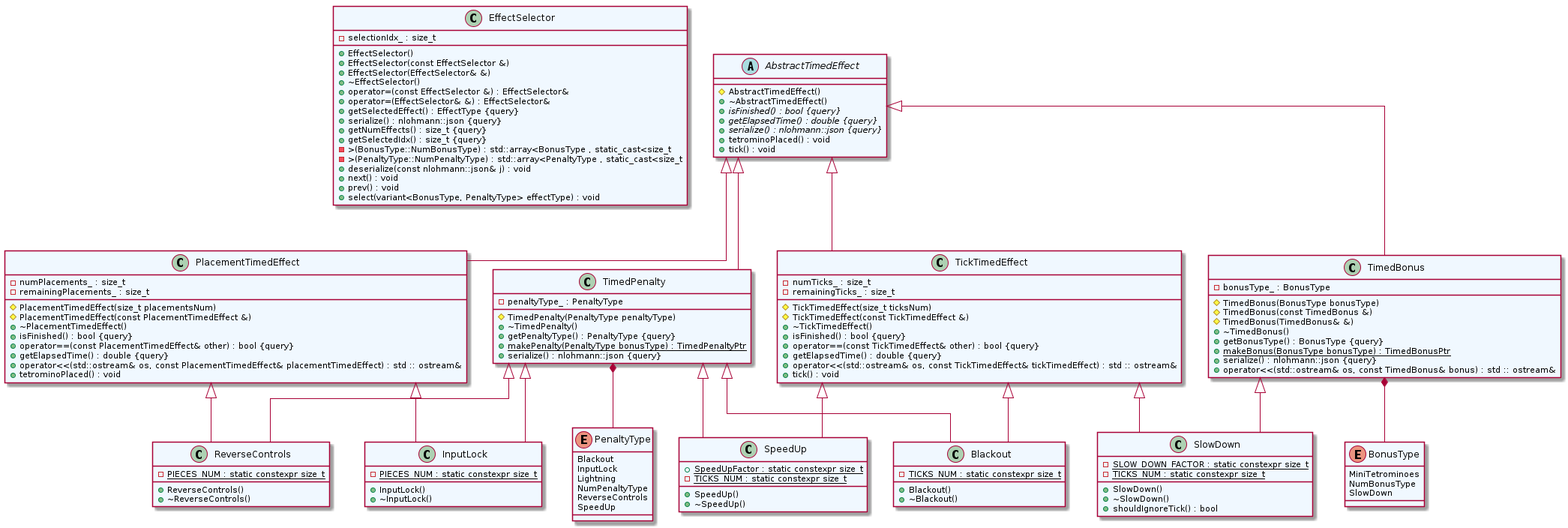
ulb-info2-group5/Royal-Blocks keeps this PlantUML diagram as res/uml/class/EffectClass.png. Above is the earlier version. Its source is kept beside it as doc/uml/class/game/tetris_royal_lib/EffectClass.plantuml.
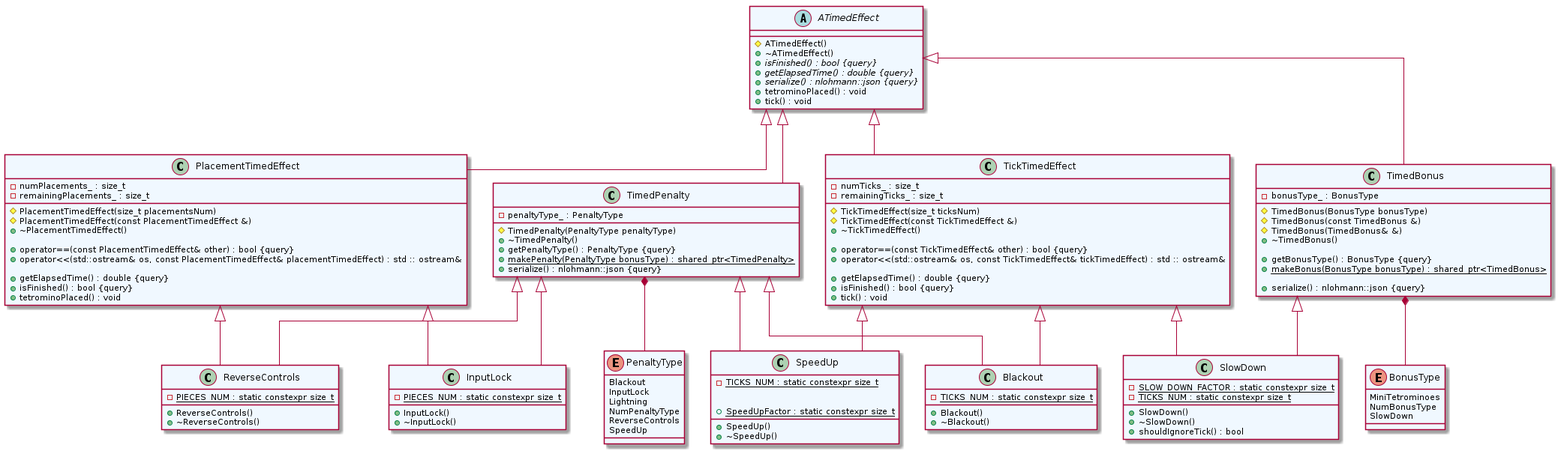
Later version of the same file.

Change to the diagram source:
```diff
@@ -5,30 +5,10 @@
     BackgroundColor AliceBlue
 }
 
-class EffectSelector {
-	+EffectSelector()
-	+EffectSelector(const EffectSelector &)
-	+EffectSelector(EffectSelector& &)
-	+~EffectSelector()
-	+operator=(const EffectSelector &) : EffectSelector&
-	+operator=(EffectSelector& &) : EffectSelector&
-	+getSelectedEffect() : EffectType {query}
-	+serialize() : nlohmann::json {query}
-	+getNumEffects() : size_t {query}
-	+getSelectedIdx() : size_t {query}
-	-selectionIdx_ : size_t
-	->(BonusType::NumBonusType) : std::array<BonusType , static_cast<size_t
-	->(PenaltyType::NumPenaltyType) : std::array<PenaltyType , static_cast<size_t
-	+deserialize(const nlohmann::json& j) : void
-	+next() : void
-	+prev() : void
-	+select(variant<BonusType, PenaltyType> effectType) : void
-}
 
-
-abstract class AbstractTimedEffect {
-	#AbstractTimedEffect()
-	+~AbstractTimedEffect()
+abstract class ATimedEffect {
+	#ATimedEffect()
+	+~ATimedEffect()
 	+{abstract} isFinished() : bool {query}
 	+{abstract} getElapsedTime() : double {query}
 	+{abstract} serialize() : nlohmann::json {query}
@@ -38,90 +18,101 @@
 
 
 class Blackout {
+	-{static} TICKS_NUM : static constexpr size_t
 	+Blackout()
 	+~Blackout()
-	-{static} TICKS_NUM : static constexpr size_t
 }
 
 
 class InputLock {
+	-{static} PIECES_NUM : static constexpr size_t
 	+InputLock()
 	+~InputLock()
-	-{static} PIECES_NUM : static constexpr size_t
 }
 
 
 class PlacementTimedEffect {
+	-numPlacements_ : size_t
+	-remainingPlacements_ : size_t
+
 	#PlacementTimedEffect(size_t placementsNum)
 	#PlacementTimedEffect(const PlacementTimedEffect &)
 	+~PlacementTimedEffect()
+
+	+operator==(const PlacementTimedEffect& other) : bool {query}
+	+operator<<(std::ostream& os, const PlacementTimedEffect& placementTimedEffect) : std :: ostream&
+
+	+getElapsedTime() : double {query}
 	+isFinished() : bool {query}
-	+operator==(const PlacementTimedEffect& other) : bool {query}
-	+getElapsedTime() : double {query}
-	-numPlacements_ : size_t
-	-remainingPlacements_ : size_t
-	+operator<<(std::ostream& os, const PlacementTimedEffect& placementTimedEffect) : std :: ostream&
 	+tetrominoPlaced() : void
 }
 
 
 class ReverseControls {
+	-{static} PIECES_NUM : static constexpr size_t
 	+ReverseControls()
 	+~ReverseControls()
-	-{static} PIECES_NUM : static constexpr size_t
 }
 
 
 class SlowDown {
+	-{static} SLOW_DOWN_FACTOR : static constexpr size_t
+	-{static} TICKS_NUM : static constexpr size_t
+
 	+SlowDown()
 	+~SlowDown()
 	+shouldIgnoreTick() : bool
-	-{static} SLOW_DOWN_FACTOR : static constexpr size_t
-	-{static} TICKS_NUM : static constexpr size_t
 }
 
 
 class SpeedUp {
+	-{static} TICKS_NUM : static constexpr size_t
+
 	+SpeedUp()
 	+~SpeedUp()
+
 	+{static} SpeedUpFactor : static constexpr size_t
-	-{static} TICKS_NUM : static constexpr size_t
 }
 
 
 class TickTimedEffect {
+	-numTicks_ : size_t
+	-remainingTicks_ : size_t
+
 	#TickTimedEffect(size_t ticksNum)
 	#TickTimedEffect(const TickTimedEffect &)
 	+~TickTimedEffect()
+
+	+operator==(const TickTimedEffect& other) : bool {query}
+	+operator<<(std::ostream& os, const TickTimedEffect& tickTimedEffect) : std :: ostream&
+
+	+getElapsedTime() : double {query}
 	+isFinished() : bool {query}
-	+operator==(const TickTimedEffect& other) : bool {query}
-	+getElapsedTime() : double {query}
-	-numTicks_ : size_t
-	-remainingTicks_ : size_t
-	+operator<<(std::ostream& os, const TickTimedEffect& tickTimedEffect) : std :: ostream&
 	+tick() : void
 }
 
 
 class TimedBonus {
+	-bonusType_ : BonusType
+
 	#TimedBonus(BonusType bonusType)
 	#TimedBonus(const TimedBonus &)
 	#TimedBonus(TimedBonus& &)
 	+~TimedBonus()
-	-bonusType_ : BonusType
+
 	+getBonusType() : BonusType {query}
-	+{static} makeBonus(BonusType bonusType) : TimedBonusPtr
+	+{static} makeBonus(BonusType bonusType) : shared_ptr<TimedBonus>
+
 	+serialize() : nlohmann::json {query}
-	+operator<<(std::ostream& os, const TimedBonus& bonus) : std :: ostream&
 }
 
 
 class TimedPenalty {
+	-penaltyType_ : PenaltyType
 	#TimedPenalty(PenaltyType penaltyType)
 	+~TimedPenalty()
 	+getPenaltyType() : PenaltyType {query}
-	-penaltyType_ : PenaltyType
-	+{static} makePenalty(PenaltyType bonusType) : TimedPenaltyPtr
+	+{static} makePenalty(PenaltyType bonusType) : shared_ptr<TimedPenalty>
 	+serialize() : nlohmann::json {query}
 }
 
@@ -147,16 +138,16 @@
 
 
 
-AbstractTimedEffect <|-- PlacementTimedEffect
+ATimedEffect <|-- PlacementTimedEffect
 
 
-AbstractTimedEffect <|-- TickTimedEffect
+ATimedEffect <|-- TickTimedEffect
 
 
-AbstractTimedEffect <|-- TimedBonus
+ATimedEffect <|-- TimedBonus
 
 
-AbstractTimedEffect <|-- TimedPenalty
+ATimedEffect <|-- TimedPenalty
 
 
 PlacementTimedEffect <|-- InputLock
```
